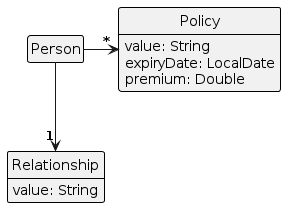
This is diagrams/PolicyClassDiagram.png from AY2324S2-CS2103T-T13-3/tp, a PlantUML export, as it was before one commit. Its source is kept beside it as diagrams/PolicyClassDiagram.puml.
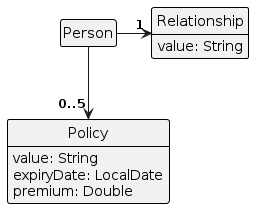
The same diagram one commit later.

The edit, as a diff of the source:
```diff
@@ -14,8 +14,8 @@
     premium: Double
 }
 
-P-->"1"R
-P->"*"Po
+P->"1"R
+P-->"0..5"Po
 
 hide P members
 
```
